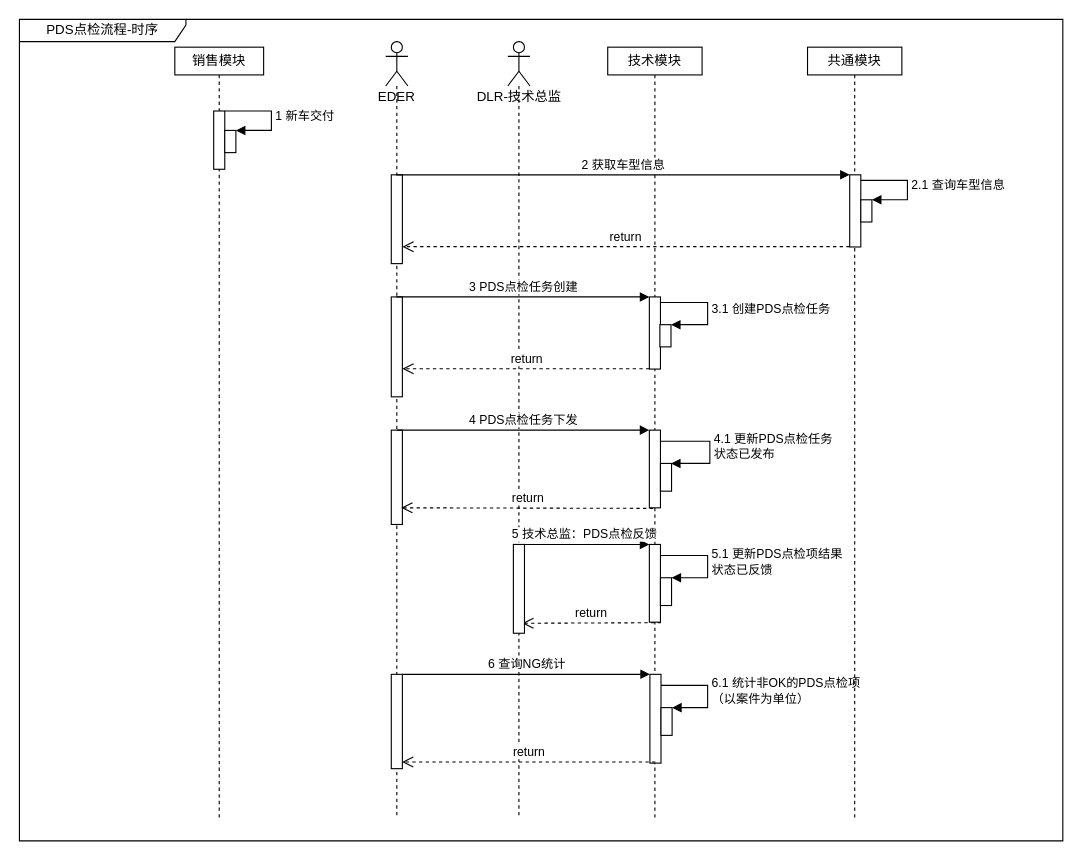
This is test_uml/未命名绘图.drawio from Fat-Rice/study, a draw.io file, before an edit. Source tidied: cells renumbered, new cells numbered last; positions are measured from the earlier drawing's top-left corner, leaving out a move shared by most shapes. Both pictures are drawn from the tidied source at 111%, with x=0, y=0 at pixel (19, 19).
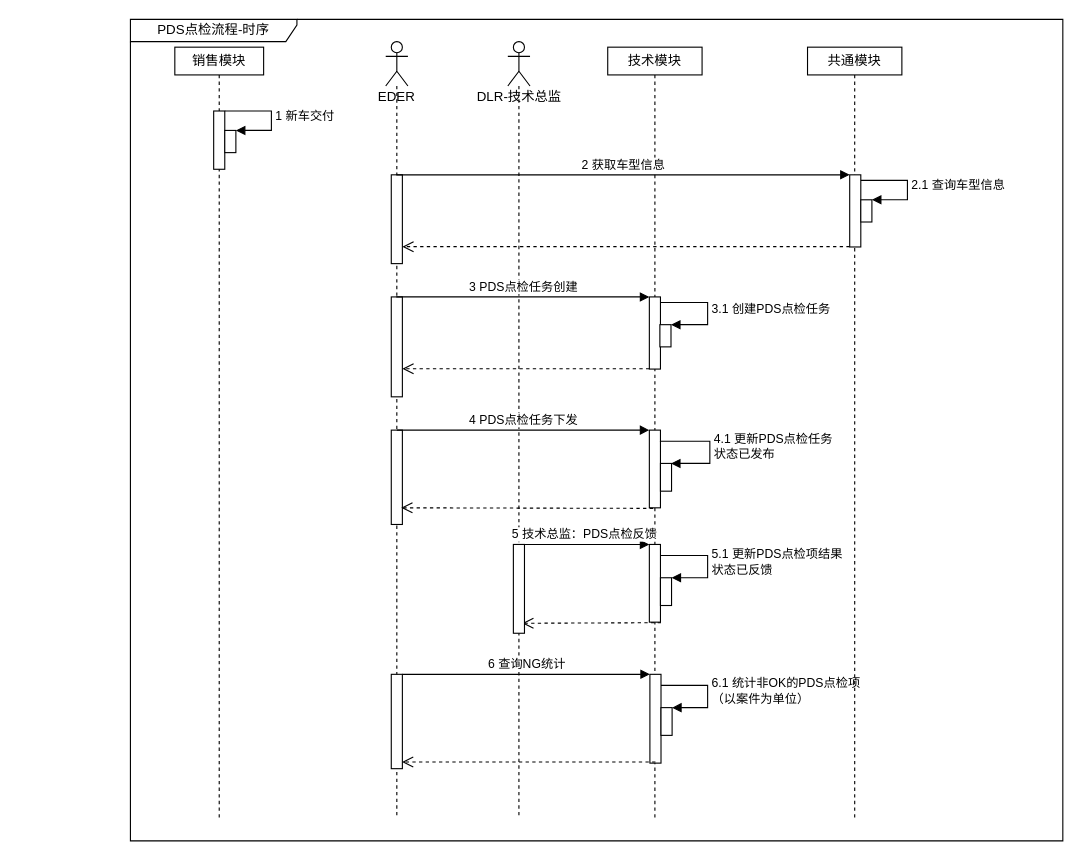
Above is the later version.

Commit message:
更新未命名绘图.drawio

The change refers to these unchanged cells:
```xml
<mxCell id="3" value="技术模块" style="shape=umlLifeline;perimeter=lifelinePerimeter;whiteSpace=wrap;html=1;size=25;" parent="1" vertex="1">
  <mxGeometry x="530" y="25" width="85" height="695" as="geometry" />
</mxCell>
<mxCell id="4" style="html=1;points=[];perimeter=orthogonalPerimeter;" parent="3" vertex="1">
  <mxGeometry x="37.5" y="345" width="10" height="70" as="geometry" />
</mxCell>
<mxCell id="21" style="html=1;points=[];perimeter=orthogonalPerimeter;" parent="18" vertex="1">
  <mxGeometry x="5" y="230" width="10" height="90" as="geometry" />
</mxCell>
```

What changed in the source:
```diff
@@
     <mxCell id="2" value="PDS点检流程-时序" style="shape=umlFrame;whiteSpace=wrap;html=1;width=150;height=20;" parent="1" vertex="1">
-      <mxGeometry width="940" height="740" as="geometry" />
+      <mxGeometry x="100" width="840" height="740" as="geometry" />
     </mxCell>
@@
-    <mxCell id="8" value="return" style="html=1;verticalAlign=bottom;endArrow=open;dashed=1;endSize=8;exitX=0;exitY=0.95;rounded=0;" parent="3" edge="1">
+    <mxCell id="8" style="html=1;verticalAlign=bottom;endArrow=open;dashed=1;endSize=8;exitX=0;exitY=0.95;rounded=0;" parent="3" edge="1">
       <mxGeometry relative="1" as="geometry">
         <mxPoint x="48" y="518.5" as="sourcePoint" />
         <mxPoint x="-77" y="519" as="targetPoint" />
       </mxGeometry>
     </mxCell>
@@
-    <mxCell id="28" value="return" style="html=1;verticalAlign=bottom;endArrow=open;dashed=1;endSize=8;exitX=0.333;exitY=1.007;rounded=0;exitDx=0;exitDy=0;exitPerimeter=0;" parent="1" edge="1" source="4">
+    <mxCell id="28" style="html=1;verticalAlign=bottom;endArrow=open;dashed=1;endSize=8;exitX=0.333;exitY=1.007;rounded=0;exitDx=0;exitDy=0;exitPerimeter=0;" parent="1" edge="1" source="4">
       <mxGeometry relative="1" as="geometry">
         <mxPoint x="344" y="440" as="targetPoint" />
       </mxGeometry>
     </mxCell>
@@
-    <mxCell id="36" value="return" style="html=1;verticalAlign=bottom;endArrow=open;dashed=1;endSize=8;exitX=0;exitY=0.95;rounded=0;" parent="1" edge="1">
+    <mxCell id="36" style="html=1;verticalAlign=bottom;endArrow=open;dashed=1;endSize=8;exitX=0;exitY=0.95;rounded=0;" parent="1" edge="1">
       <mxGeometry relative="1" as="geometry">
         <mxPoint x="748" y="204.7" as="sourcePoint" />
         <mxPoint x="345" y="204.7" as="targetPoint" />
       </mxGeometry>
     </mxCell>
@@
-    <mxCell id="38" value="return" style="html=1;verticalAlign=bottom;endArrow=open;dashed=1;endSize=8;exitX=0;exitY=0.95;rounded=0;" parent="1" edge="1" target="21">
+    <mxCell id="38" style="html=1;verticalAlign=bottom;endArrow=open;dashed=1;endSize=8;exitX=0;exitY=0.95;rounded=0;" parent="1" edge="1" target="21">
       <mxGeometry relative="1" as="geometry">
         <mxPoint x="567.5" y="314.7" as="sourcePoint" />
       </mxGeometry>
     </mxCell>
@@
-    <mxCell id="40" value="return" style="html=1;verticalAlign=bottom;endArrow=open;dashed=1;endSize=8;exitX=0;exitY=0.95;rounded=0;" parent="1" edge="1">
+    <mxCell id="40" style="html=1;verticalAlign=bottom;endArrow=open;dashed=1;endSize=8;exitX=0;exitY=0.95;rounded=0;" parent="1" edge="1">
       <mxGeometry relative="1" as="geometry">
         <mxPoint x="573" y="669" as="sourcePoint" />
         <mxPoint x="344.7" y="669" as="targetPoint" />
       </mxGeometry>
     </mxCell>
```
